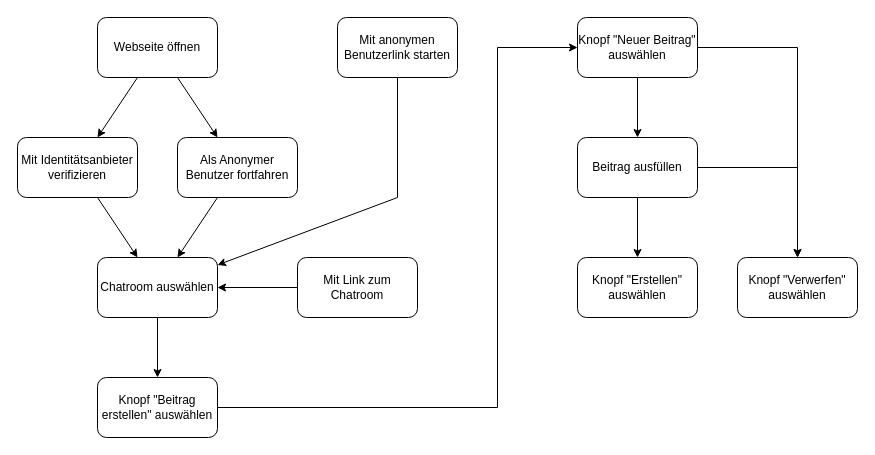
This is UseCaseBeitrag.drawio from AnoAsked/Documentation, a draw.io file, before an edit. Source tidied: cells renumbered, new cells numbered last; positions are measured from the earlier drawing's top-left corner, leaving out a move shared by most shapes. Both pictures are drawn from the tidied source at 100%, with x=0, y=0 at pixel (17, 17).
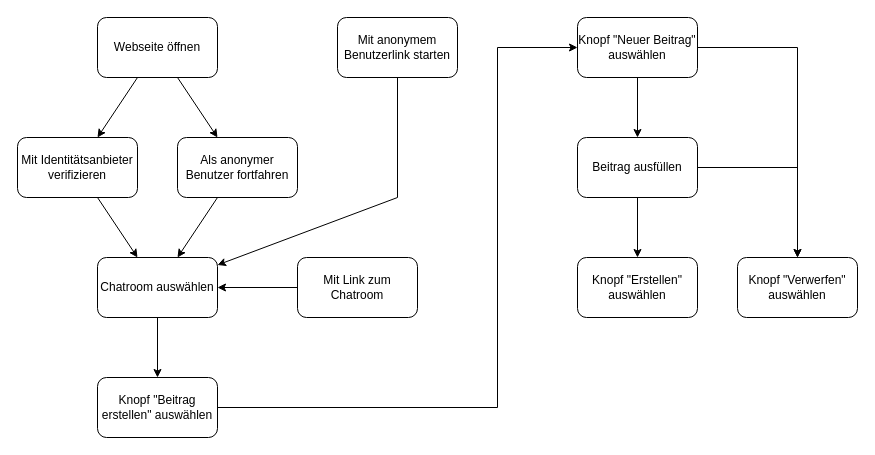
The same page after the edit.

What changed in the source:
```diff
@@
-    <mxCell id="3" value="Mit anonymen Benutzerlink starten" style="rounded=1;whiteSpace=wrap;html=1;" parent="1" vertex="1">
+    <mxCell id="3" value="Mit anonymem Benutzerlink starten" style="rounded=1;whiteSpace=wrap;html=1;" parent="1" vertex="1">
       <mxGeometry x="320" width="120" height="60" as="geometry" />
     </mxCell>
@@
-    <mxCell id="6" value="Als Anonymer Benutzer fortfahren" style="rounded=1;whiteSpace=wrap;html=1;" parent="1" vertex="1">
+    <mxCell id="6" value="Als anonymer Benutzer fortfahren" style="rounded=1;whiteSpace=wrap;html=1;" parent="1" vertex="1">
       <mxGeometry x="160" y="120" width="120" height="60" as="geometry" />
     </mxCell>
```
